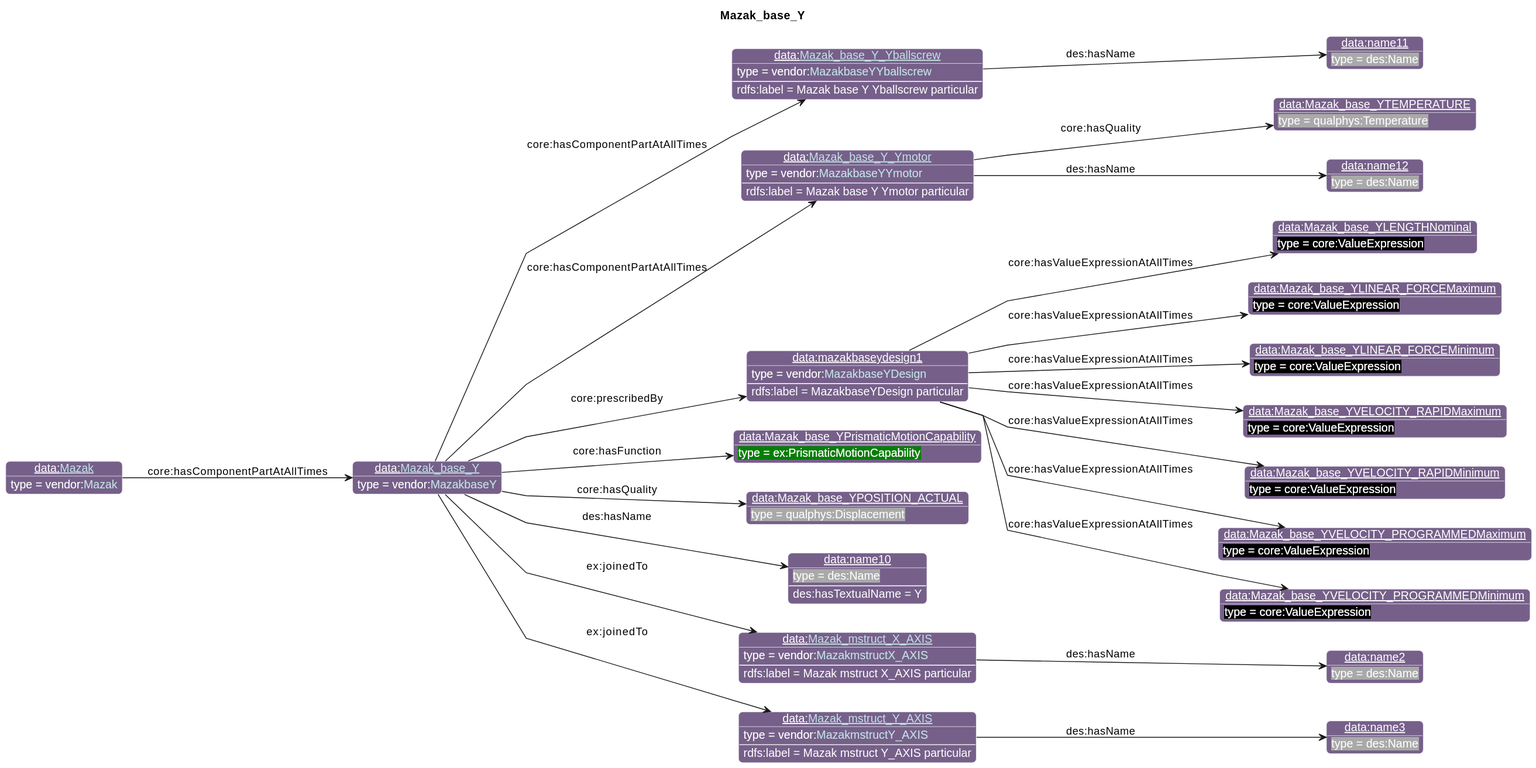
Earlier version of the PlantUML export diagrams/Mazak_base_Y.svg (iofoundry/example-syseng-mtconnect).
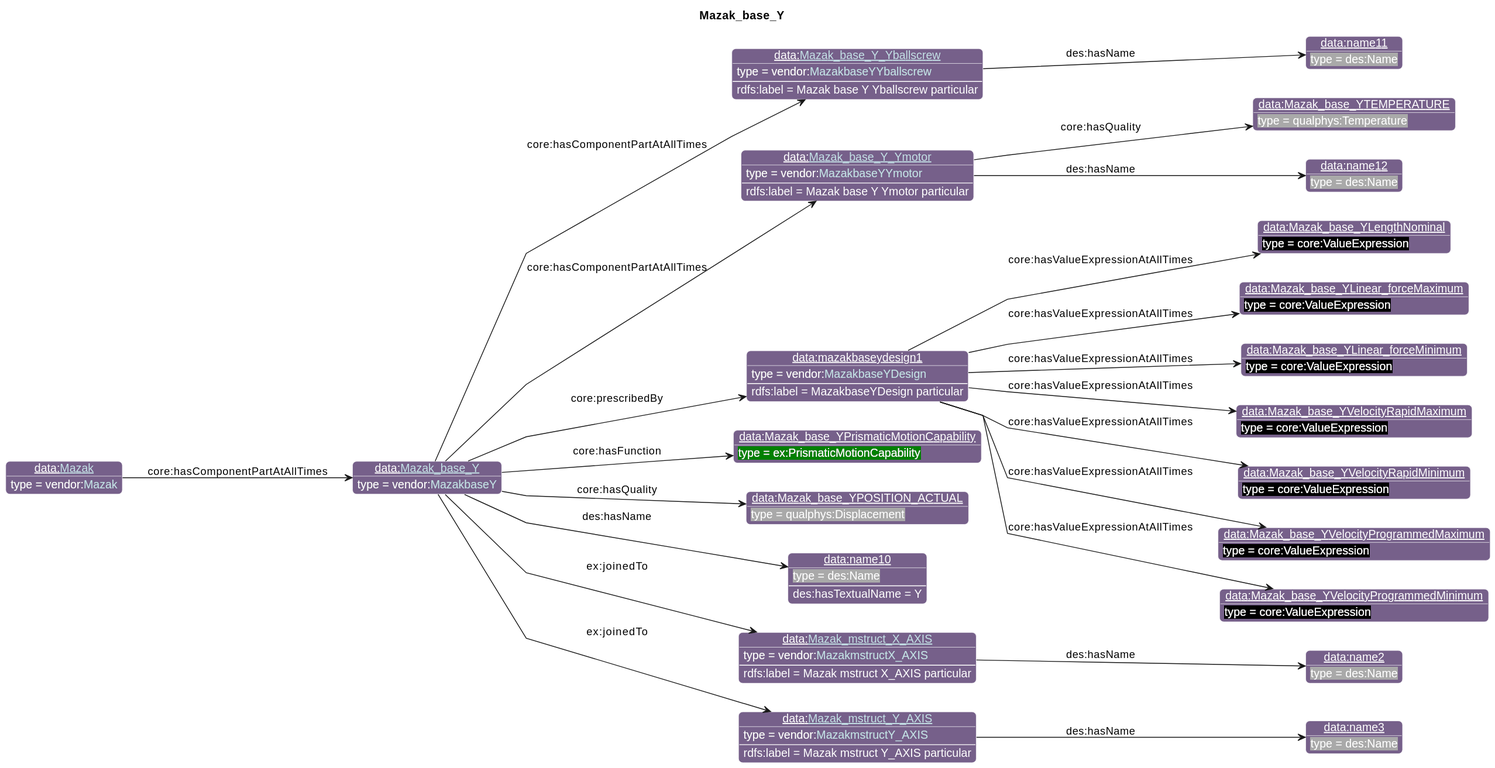
After the change.

Change to the diagram source:
```diff
@@ -32,13 +32,13 @@
 individual(o4, data:Mazak_base_YTEMPERATURE, qualphys:Temperature)
 individual(o5, data:name12, des:Name)
 individual(o6, data:mazakbaseydesign1, vendor:[[../Mazak.html#MazakbaseYDesign MazakbaseYDesign]])
-individual(o7, data:Mazak_base_YLENGTHNominal, core:ValueExpression)
-individual(o8, data:Mazak_base_YLINEAR_FORCEMaximum, core:ValueExpression)
-individual(o9, data:Mazak_base_YLINEAR_FORCEMinimum, core:ValueExpression)
-individual(o10, data:Mazak_base_YVELOCITY_RAPIDMaximum, core:ValueExpression)
-individual(o11, data:Mazak_base_YVELOCITY_RAPIDMinimum, core:ValueExpression)
-individual(o12, data:Mazak_base_YVELOCITY_PROGRAMMEDMaximum, core:ValueExpression)
-individual(o13, data:Mazak_base_YVELOCITY_PROGRAMMEDMinimum, core:ValueExpression)
+individual(o7, data:Mazak_base_YLengthNominal, core:ValueExpression)
+individual(o8, data:Mazak_base_YLinear_forceMaximum, core:ValueExpression)
+individual(o9, data:Mazak_base_YLinear_forceMinimum, core:ValueExpression)
+individual(o10, data:Mazak_base_YVelocityRapidMaximum, core:ValueExpression)
+individual(o11, data:Mazak_base_YVelocityRapidMinimum, core:ValueExpression)
+individual(o12, data:Mazak_base_YVelocityProgrammedMaximum, core:ValueExpression)
+individual(o13, data:Mazak_base_YVelocityProgrammedMinimum, core:ValueExpression)
 individual(o14, data:Mazak_base_YPrismaticMotionCapability, ex:PrismaticMotionCapability)
 individual(o15, data:Mazak_base_YPOSITION_ACTUAL, qualphys:Displacement)
 individual(o16, data:name10, des:Name)
```
